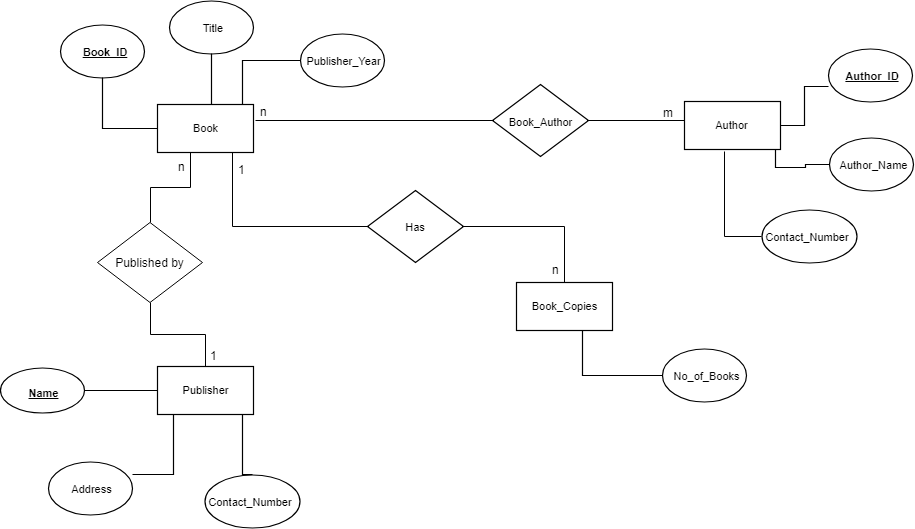
Earlier version of the draw.io export ER.png (parikhmrishi/SQL_DataModel_and_ERDiagram). Source tidied: cells renumbered, new cells last; positions are measured from the earlier drawing's top-left corner, leaving out a move shared by most shapes. Its diagram source:
```xml
<mxGraphModel>
  <root>
    <mxCell id="0" />
    <mxCell id="1" parent="0" />
    <mxCell id="2" style="edgeStyle=orthogonalEdgeStyle;rounded=0;jettySize=auto;html=1;exitX=0.75;exitY=1;exitDx=0;exitDy=0;entryX=0;entryY=0.5;entryDx=0;entryDy=0;strokeColor=#000000;endArrow=none;endFill=0;" parent="1" edge="1" source="3" target="33">
      <mxGeometry relative="1" as="geometry">
        <Array as="points">
          <mxPoint x="232" y="152" />
          <mxPoint x="232" y="226" />
        </Array>
      </mxGeometry>
    </mxCell>
    <mxCell id="3" style="html=1;whiteSpace=wrap;fillColor=none;fontSize=11;spacing=0;strokeOpacity=100;strokeWidth=1.2;" parent="1" vertex="1">
      <mxGeometry x="157" y="104" width="96" height="48" as="geometry" />
    </mxCell>
    <mxCell id="4" value="Book" style="html=1;whiteSpace=wrap;fontSize=11;fontColor=#000000;spacing=5;strokeOpacity=0;fillOpacity=0;fillColor=#ffffff;strokeWidth=6;" parent="1" vertex="1">
      <mxGeometry x="133" y="110" width="144" height="36" as="geometry" />
    </mxCell>
    <mxCell id="5" style="html=1;whiteSpace=wrap;shape=ellipse;fillColor=none;fontSize=11;spacing=0;strokeOpacity=100;fillColor=#ffffff;strokeWidth=1.2;" parent="1" vertex="1">
      <mxGeometry x="60" y="24" width="84" height="53" as="geometry" />
    </mxCell>
    <mxCell id="6" value="Book_ID" style="html=1;whiteSpace=wrap;fontSize=11;fontColor=#000000;fontStyle=5;spacing=5;strokeOpacity=0;fillOpacity=0;fillColor=#ffffff;strokeWidth=1.2;" parent="1" vertex="1">
      <mxGeometry x="80" y="33" width="48" height="36" as="geometry" />
    </mxCell>
    <mxCell id="7" style="html=1;whiteSpace=wrap;shape=ellipse;fillColor=none;fontSize=11;spacing=0;strokeOpacity=100;fillColor=#ffffff;strokeWidth=1.2;" parent="1" vertex="1">
      <mxGeometry x="169" width="84" height="53" as="geometry" />
    </mxCell>
    <mxCell id="8" value="Title" style="html=1;whiteSpace=wrap;fontSize=11;fontColor=#000000;spacing=5;strokeOpacity=0;fillOpacity=0;fillColor=#ffffff;strokeWidth=1.2;" parent="1" vertex="1">
      <mxGeometry x="188" y="9" width="48" height="36" as="geometry" />
    </mxCell>
    <mxCell id="9" style="html=1;whiteSpace=wrap;shape=ellipse;fillColor=none;fontSize=11;spacing=0;strokeOpacity=100;fillColor=#ffffff;strokeWidth=1.2;" parent="1" vertex="1">
      <mxGeometry x="300" y="33" width="84" height="53" as="geometry" />
    </mxCell>
    <mxCell id="10" value="Publisher_Year" style="html=1;whiteSpace=wrap;fontSize=11;fontColor=#000000;spacing=5;strokeOpacity=0;fillOpacity=0;fillColor=#ffffff;strokeWidth=1.2;" parent="1" vertex="1">
      <mxGeometry x="319" y="42" width="48" height="36" as="geometry" />
    </mxCell>
    <mxCell id="11" style="edgeStyle=orthogonalEdgeStyle;rounded=0;jettySize=auto;html=1;exitX=0;exitY=0.5;exitDx=0;exitDy=0;endArrow=none;endFill=0;strokeColor=#000000;" parent="1" edge="1" source="13">
      <mxGeometry relative="1" as="geometry">
        <mxPoint x="255" y="120" as="targetPoint" />
        <Array as="points">
          <mxPoint x="255" y="120" />
        </Array>
      </mxGeometry>
    </mxCell>
    <mxCell id="12" style="edgeStyle=orthogonalEdgeStyle;rounded=0;jettySize=auto;html=1;exitX=1;exitY=0.5;exitDx=0;exitDy=0;entryX=0;entryY=0.5;entryDx=0;entryDy=0;endArrow=none;endFill=0;strokeColor=#000000;" parent="1" edge="1" source="13" target="17">
      <mxGeometry relative="1" as="geometry">
        <Array as="points">
          <mxPoint x="684" y="120" />
        </Array>
      </mxGeometry>
    </mxCell>
    <mxCell id="13" style="html=1;whiteSpace=wrap;rhombus;fontSize=11;spacing=5;strokeOpacity=100;strokeWidth=1.2;" parent="1" vertex="1">
      <mxGeometry x="492" y="84" width="96" height="72" as="geometry" />
    </mxCell>
    <mxCell id="14" value="Book_Author" style="html=1;whiteSpace=wrap;fontSize=11;fontColor=#000000;spacing=5;strokeOpacity=0;fillOpacity=0;fillColor=#ffffff;strokeWidth=6;" parent="1" vertex="1">
      <mxGeometry x="504" y="104" width="72" height="36" as="geometry" />
    </mxCell>
    <mxCell id="15" style="html=1;whiteSpace=wrap;shape=ellipse;fillColor=none;fontSize=11;spacing=0;strokeOpacity=100;fillColor=#ffffff;strokeWidth=1.2;" parent="1" vertex="1">
      <mxGeometry x="828" y="48" width="84" height="53" as="geometry" />
    </mxCell>
    <mxCell id="16" value="Author_ID" style="html=1;whiteSpace=wrap;fontSize=11;fontColor=#000000;fontStyle=5;spacing=5;strokeOpacity=0;fillOpacity=0;fillColor=#ffffff;strokeWidth=1.2;" parent="1" vertex="1">
      <mxGeometry x="848" y="57" width="48" height="36" as="geometry" />
    </mxCell>
    <mxCell id="17" style="html=1;whiteSpace=wrap;fillColor=none;fontSize=11;spacing=0;strokeOpacity=100;strokeWidth=1.2;" parent="1" vertex="1">
      <mxGeometry x="684" y="101" width="96" height="48" as="geometry" />
    </mxCell>
    <mxCell id="18" value="Author" style="html=1;whiteSpace=wrap;fontSize=11;fontColor=#000000;spacing=5;strokeOpacity=0;fillOpacity=0;fillColor=#ffffff;strokeWidth=6;" parent="1" vertex="1">
      <mxGeometry x="660" y="107" width="144" height="36" as="geometry" />
    </mxCell>
    <mxCell id="19" style="html=1;whiteSpace=wrap;shape=ellipse;fillColor=none;fontSize=11;spacing=0;strokeOpacity=100;fillColor=#ffffff;strokeWidth=1.2;" parent="1" vertex="1">
      <mxGeometry x="829" y="137" width="84" height="53" as="geometry" />
    </mxCell>
    <mxCell id="20" value="Author_Name" style="html=1;whiteSpace=wrap;fontSize=11;fontColor=#000000;spacing=5;strokeOpacity=0;fillOpacity=0;fillColor=#ffffff;strokeWidth=1.2;" parent="1" vertex="1">
      <mxGeometry x="848" y="146" width="48" height="36" as="geometry" />
    </mxCell>
    <mxCell id="21" style="html=1;whiteSpace=wrap;fillColor=none;fontSize=11;spacing=0;strokeOpacity=100;strokeWidth=1.2;" parent="1" vertex="1">
      <mxGeometry x="157" y="366" width="96" height="48" as="geometry" />
    </mxCell>
    <mxCell id="22" value="Publisher" style="html=1;whiteSpace=wrap;fontSize=11;fontColor=#000000;spacing=5;strokeOpacity=0;fillOpacity=0;fillColor=#ffffff;strokeWidth=6;" parent="1" vertex="1">
      <mxGeometry x="133" y="372" width="144" height="36" as="geometry" />
    </mxCell>
    <mxCell id="23" style="html=1;whiteSpace=wrap;shape=ellipse;fillColor=none;fontSize=11;spacing=0;strokeOpacity=100;fillColor=#ffffff;strokeWidth=1.2;" parent="1" vertex="1">
      <mxGeometry y="367" width="84" height="45" as="geometry" />
    </mxCell>
    <mxCell id="24" value="Name" style="html=1;whiteSpace=wrap;fontSize=11;fontColor=#000000;fontStyle=5;spacing=5;strokeOpacity=0;fillOpacity=0;fillColor=#ffffff;strokeWidth=1.2;" parent="1" vertex="1">
      <mxGeometry x="18" y="374" width="49" height="36" as="geometry" />
    </mxCell>
    <mxCell id="25" style="html=1;whiteSpace=wrap;shape=ellipse;fillColor=none;fontSize=11;spacing=0;strokeOpacity=100;fillColor=#ffffff;strokeWidth=1.2;" parent="1" vertex="1">
      <mxGeometry x="48" y="461" width="84" height="53" as="geometry" />
    </mxCell>
    <mxCell id="26" value="Address" style="html=1;whiteSpace=wrap;fontSize=11;fontColor=#000000;spacing=5;strokeOpacity=0;fillOpacity=0;fillColor=#ffffff;strokeWidth=1.2;" parent="1" vertex="1">
      <mxGeometry x="67" y="470" width="48" height="36" as="geometry" />
    </mxCell>
    <mxCell id="27" style="html=1;whiteSpace=wrap;shape=ellipse;fillColor=none;fontSize=11;spacing=0;strokeOpacity=100;fillColor=#ffffff;strokeWidth=1.2;" parent="1" vertex="1">
      <mxGeometry x="204" y="474" width="95" height="53" as="geometry" />
    </mxCell>
    <mxCell id="28" value="Contact_Number" style="html=1;whiteSpace=wrap;fontSize=11;fontColor=#000000;spacing=5;strokeOpacity=0;fillOpacity=0;fillColor=#ffffff;strokeWidth=1.2;" parent="1" vertex="1">
      <mxGeometry x="226" y="483" width="48" height="36" as="geometry" />
    </mxCell>
    <mxCell id="29" style="edgeStyle=orthogonalEdgeStyle;rounded=0;jettySize=auto;html=1;exitX=0;exitY=0.5;exitDx=0;exitDy=0;entryX=0.417;entryY=1.042;entryDx=0;entryDy=0;entryPerimeter=0;endArrow=none;endFill=0;strokeColor=#000000;" parent="1" edge="1" source="30" target="17">
      <mxGeometry relative="1" as="geometry" />
    </mxCell>
    <mxCell id="30" style="html=1;whiteSpace=wrap;shape=ellipse;fillColor=none;fontSize=11;spacing=0;strokeOpacity=100;fillColor=#ffffff;strokeWidth=1.2;" parent="1" vertex="1">
      <mxGeometry x="761" y="209" width="95" height="53" as="geometry" />
    </mxCell>
    <mxCell id="31" value="Contact_Number" style="html=1;whiteSpace=wrap;fontSize=11;fontColor=#000000;spacing=5;strokeOpacity=0;fillOpacity=0;fillColor=#ffffff;strokeWidth=1.2;" parent="1" vertex="1">
      <mxGeometry x="783" y="218" width="48" height="36" as="geometry" />
    </mxCell>
    <mxCell id="32" style="edgeStyle=orthogonalEdgeStyle;rounded=0;jettySize=auto;html=1;exitX=1;exitY=0.5;exitDx=0;exitDy=0;endArrow=none;endFill=0;strokeColor=#000000;entryX=0.5;entryY=0;entryDx=0;entryDy=0;" parent="1" edge="1" target="34">
      <mxGeometry relative="1" as="geometry">
        <mxPoint x="463" y="226" as="sourcePoint" />
      </mxGeometry>
    </mxCell>
    <mxCell id="33" value="Has" style="html=1;whiteSpace=wrap;rhombus;fontSize=11;fontColor=#000000;spacing=5;strokeOpacity=100;strokeWidth=1.2;" parent="1" vertex="1">
      <mxGeometry x="367" y="190" width="96" height="72" as="geometry" />
    </mxCell>
    <mxCell id="34" style="html=1;whiteSpace=wrap;fillColor=none;fontSize=11;spacing=0;strokeOpacity=100;strokeWidth=1.2;" parent="1" vertex="1">
      <mxGeometry x="516" y="282" width="96" height="48" as="geometry" />
    </mxCell>
    <mxCell id="35" value="Book_Copies" style="html=1;whiteSpace=wrap;fontSize=11;fontColor=#000000;spacing=5;strokeOpacity=0;fillOpacity=0;fillColor=#ffffff;strokeWidth=6;" parent="1" vertex="1">
      <mxGeometry x="492" y="288" width="144" height="36" as="geometry" />
    </mxCell>
    <mxCell id="36" style="html=1;whiteSpace=wrap;shape=ellipse;fillColor=none;fontSize=11;spacing=0;strokeOpacity=100;fillColor=#ffffff;strokeWidth=1.2;" parent="1" vertex="1">
      <mxGeometry x="662" y="348" width="84" height="53" as="geometry" />
    </mxCell>
    <mxCell id="37" value="No_of_Books" style="html=1;whiteSpace=wrap;fontSize=11;fontColor=#000000;spacing=5;strokeOpacity=0;fillOpacity=0;fillColor=#ffffff;strokeWidth=1.2;" parent="1" vertex="1">
      <mxGeometry x="682" y="357" width="48" height="36" as="geometry" />
    </mxCell>
    <mxCell id="38" style="html=1;jettySize=18;fontSize=11;strokeWidth=1.2;rounded=1;arcSize=0;edgeStyle=orthogonalEdgeStyle;startArrow=none;endArrow=none;exitX=0;exitY=0.5;entryX=0.75;entryY=0;entryDx=0;entryDy=0;exitDx=0;exitDy=0;" parent="1" edge="1" source="9" target="3">
      <mxGeometry relative="1" as="geometry">
        <Array as="points">
          <mxPoint x="242" y="60" />
          <mxPoint x="242" y="104" />
        </Array>
      </mxGeometry>
    </mxCell>
    <mxCell id="39" style="html=1;jettySize=18;fontSize=11;strokeWidth=1.2;rounded=0;arcSize=0;edgeStyle=orthogonalEdgeStyle;startArrow=none;endArrow=none;exitX=0.5;exitY=1.01137068274409;exitPerimeter=1;entryX=0.5;entryY=-0.0125;entryPerimeter=1;" parent="1" edge="1" source="7" target="3">
      <mxGeometry relative="1" as="geometry">
        <Array as="points">
          <mxPoint x="211" y="104" />
        </Array>
      </mxGeometry>
    </mxCell>
    <mxCell id="40" style="html=1;jettySize=18;fontSize=11;strokeWidth=1.2;rounded=1;arcSize=0;edgeStyle=orthogonalEdgeStyle;startArrow=none;endArrow=none;exitX=0.5;exitY=1.01137068274409;exitPerimeter=1;entryX=-0.00625;entryY=0.5;entryPerimeter=1;" parent="1" edge="1" source="5" target="3">
      <mxGeometry relative="1" as="geometry" />
    </mxCell>
    <mxCell id="41" style="html=1;jettySize=18;fontSize=11;strokeWidth=1.2;rounded=0;arcSize=0;edgeStyle=orthogonalEdgeStyle;startArrow=none;endArrow=none;exitX=1.0071473298624731;exitY=0.5;exitPerimeter=1;entryX=-0.00625;entryY=0.5;entryPerimeter=1;" parent="1" edge="1" source="23" target="21">
      <mxGeometry relative="1" as="geometry" />
    </mxCell>
    <mxCell id="42" style="html=1;jettySize=18;fontSize=11;strokeWidth=1.2;rounded=1;arcSize=0;edgeStyle=orthogonalEdgeStyle;startArrow=none;endArrow=none;exitX=0.9539464763738248;exitY=0.2719136789083491;exitPerimeter=1;entryX=0.15525594535334797;entryY=1.0125;entryPerimeter=1;" parent="1" edge="1" source="25" target="21">
      <mxGeometry relative="1" as="geometry" />
    </mxCell>
    <mxCell id="43" style="html=1;jettySize=18;fontSize=11;strokeWidth=1.2;rounded=0;arcSize=0;edgeStyle=orthogonalEdgeStyle;startArrow=none;endArrow=none;exitX=0.5;exitY=-0.01136741378540318;exitPerimeter=1;entryX=0.6823262776184855;entryY=1.0125;entryPerimeter=1;" parent="1" edge="1" source="27" target="21">
      <mxGeometry relative="1" as="geometry">
        <Array as="points">
          <mxPoint x="242" y="474" />
          <mxPoint x="242" y="414" />
        </Array>
      </mxGeometry>
    </mxCell>
    <mxCell id="44" style="html=1;jettySize=18;fontSize=11;strokeWidth=1.2;rounded=1;arcSize=0;edgeStyle=orthogonalEdgeStyle;startArrow=none;endArrow=none;exitX=0.03360824485125258;exitY=0.7010097011075953;exitPerimeter=1;entryX=1.00625;entryY=0.5;entryPerimeter=1;" parent="1" edge="1" source="15" target="17">
      <mxGeometry relative="1" as="geometry" />
    </mxCell>
    <mxCell id="45" style="html=1;jettySize=18;fontSize=11;strokeWidth=1.2;rounded=0;arcSize=0;edgeStyle=orthogonalEdgeStyle;startArrow=none;endArrow=none;exitX=-0.00714732681013146;exitY=0.5;exitPerimeter=1;entryX=0.9609757125990896;entryY=1.0125;entryPerimeter=1;" parent="1" edge="1" source="19" target="17">
      <mxGeometry relative="1" as="geometry">
        <Array as="points">
          <mxPoint x="805" y="164" />
          <mxPoint x="805" y="167" />
          <mxPoint x="775" y="167" />
        </Array>
      </mxGeometry>
    </mxCell>
    <mxCell id="46" style="html=1;jettySize=18;fontSize=11;strokeWidth=1.2;rounded=0;arcSize=0;edgeStyle=orthogonalEdgeStyle;startArrow=none;endArrow=none;exitX=0.6870256367009617;exitY=1.0125;exitPerimeter=1;entryX=-0.00714732681013146;entryY=0.5;entryPerimeter=1;" parent="1" edge="1" source="34" target="36">
      <mxGeometry relative="1" as="geometry">
        <Array as="points">
          <mxPoint x="582" y="375" />
        </Array>
      </mxGeometry>
    </mxCell>
    <mxCell id="47" style="edgeStyle=orthogonalEdgeStyle;rounded=0;jettySize=auto;html=1;exitX=0;exitY=0.5;exitDx=0;exitDy=0;endArrow=none;endFill=0;strokeColor=#000000;entryX=0.344;entryY=1;entryDx=0;entryDy=0;entryPerimeter=0;" parent="1" edge="1" source="49" target="3">
      <mxGeometry relative="1" as="geometry" />
    </mxCell>
    <mxCell id="48" style="edgeStyle=orthogonalEdgeStyle;rounded=0;jettySize=auto;html=1;exitX=1;exitY=0.5;exitDx=0;exitDy=0;entryX=0.5;entryY=0;entryDx=0;entryDy=0;endArrow=none;endFill=0;strokeColor=#000000;" parent="1" edge="1" source="49" target="21">
      <mxGeometry relative="1" as="geometry" />
    </mxCell>
    <mxCell id="49" value="Published by" style="rhombus;whiteSpace=wrap;html=1;direction=south;rotation=0;" parent="1" vertex="1">
      <mxGeometry x="97" y="222" width="105" height="80" as="geometry" />
    </mxCell>
    <mxCell id="50" value="1" style="text;html=1;align=left;verticalAlign=top;spacingTop=-4;" parent="1" vertex="1">
      <mxGeometry x="236" y="160" width="20" height="20" as="geometry" />
    </mxCell>
    <mxCell id="51" value="n" style="text;html=1;align=left;verticalAlign=top;spacingTop=-4;" parent="1" vertex="1">
      <mxGeometry x="550" y="260" width="20" height="20" as="geometry" />
    </mxCell>
    <mxCell id="52" value="n" style="text;html=1;align=left;verticalAlign=top;spacingTop=-4;" parent="1" vertex="1">
      <mxGeometry x="258" y="102" width="20" height="20" as="geometry" />
    </mxCell>
    <mxCell id="53" value="m" style="text;html=1;align=left;verticalAlign=top;spacingTop=-4;" parent="1" vertex="1">
      <mxGeometry x="661" y="103" width="30" height="20" as="geometry" />
    </mxCell>
    <mxCell id="54" value="1" style="text;html=1;align=left;verticalAlign=top;spacingTop=-4;" parent="1" vertex="1">
      <mxGeometry x="208" y="346" width="20" height="20" as="geometry" />
    </mxCell>
    <mxCell id="55" value="n" style="text;html=1;align=left;verticalAlign=top;spacingTop=-4;" parent="1" vertex="1">
      <mxGeometry x="176" y="157" width="20" height="20" as="geometry" />
    </mxCell>
  </root>
</mxGraphModel>
```
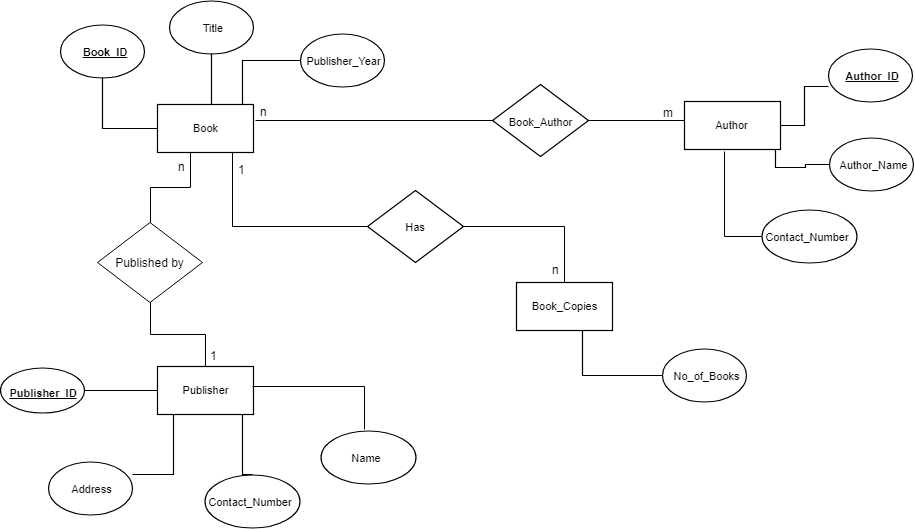
After the commit.

The edit, as a diff of the source:
```diff
@@ -82,7 +82,7 @@
     <mxCell id="23" style="html=1;whiteSpace=wrap;shape=ellipse;fillColor=none;fontSize=11;spacing=0;strokeOpacity=100;fillColor=#ffffff;strokeWidth=1.2;" parent="1" vertex="1">
       <mxGeometry y="367" width="84" height="45" as="geometry" />
     </mxCell>
-    <mxCell id="24" value="Name" style="html=1;whiteSpace=wrap;fontSize=11;fontColor=#000000;fontStyle=5;spacing=5;strokeOpacity=0;fillOpacity=0;fillColor=#ffffff;strokeWidth=1.2;" parent="1" vertex="1">
+    <mxCell id="24" value="Publisher_ID" style="html=1;whiteSpace=wrap;fontSize=11;fontColor=#000000;fontStyle=5;spacing=5;strokeOpacity=0;fillOpacity=0;fillColor=#ffffff;strokeWidth=1.2;" parent="1" vertex="1">
       <mxGeometry x="18" y="374" width="49" height="36" as="geometry" />
     </mxCell>
     <mxCell id="25" style="html=1;whiteSpace=wrap;shape=ellipse;fillColor=none;fontSize=11;spacing=0;strokeOpacity=100;fillColor=#ffffff;strokeWidth=1.2;" parent="1" vertex="1">
@@ -204,5 +204,19 @@
     <mxCell id="55" value="n" style="text;html=1;align=left;verticalAlign=top;spacingTop=-4;" parent="1" vertex="1">
       <mxGeometry x="176" y="157" width="20" height="20" as="geometry" />
     </mxCell>
+    <mxCell id="56" style="html=1;whiteSpace=wrap;shape=ellipse;fillColor=none;fontSize=11;spacing=0;strokeOpacity=100;fillColor=#ffffff;strokeWidth=1.2;" parent="1" vertex="1">
+      <mxGeometry x="320" y="430" width="95" height="53" as="geometry" />
+    </mxCell>
+    <mxCell id="57" value="Name" style="html=1;whiteSpace=wrap;fontSize=11;fontColor=#000000;spacing=5;strokeOpacity=0;fillOpacity=0;fillColor=#ffffff;strokeWidth=1.2;" parent="1" vertex="1">
+      <mxGeometry x="342" y="439" width="48" height="36" as="geometry" />
+    </mxCell>
+    <mxCell id="58" style="endArrow=none;html=1;exitX=0.826;exitY=0.389;exitDx=0;exitDy=0;exitPerimeter=0;rounded=0;" parent="1" edge="1" source="22">
+      <mxGeometry relative="1" as="geometry">
+        <mxPoint x="364" y="429" as="targetPoint" />
+        <Array as="points">
+          <mxPoint x="364" y="386" />
+        </Array>
+      </mxGeometry>
+    </mxCell>
   </root>
 </mxGraphModel>
```
